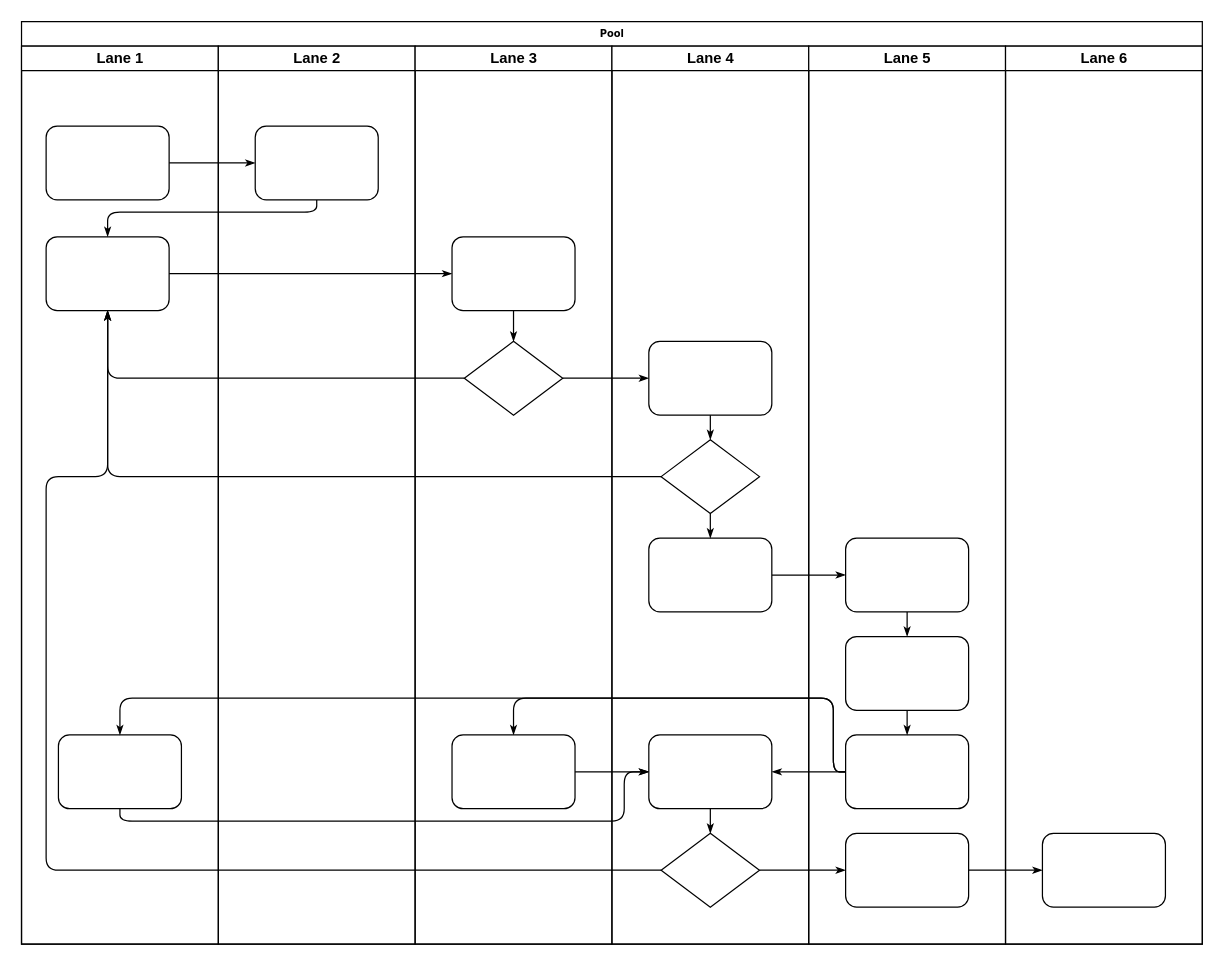
The draw.io diagram 未命名绘图.drawio in catface996/images, before the edit. Source tidied: cells renumbered, new cells numbered last; positions are measured from the earlier drawing's top-left corner, leaving out a move shared by most shapes. Both pictures are drawn from the tidied source at 123%, with x=0, y=0 at pixel (21, 21).
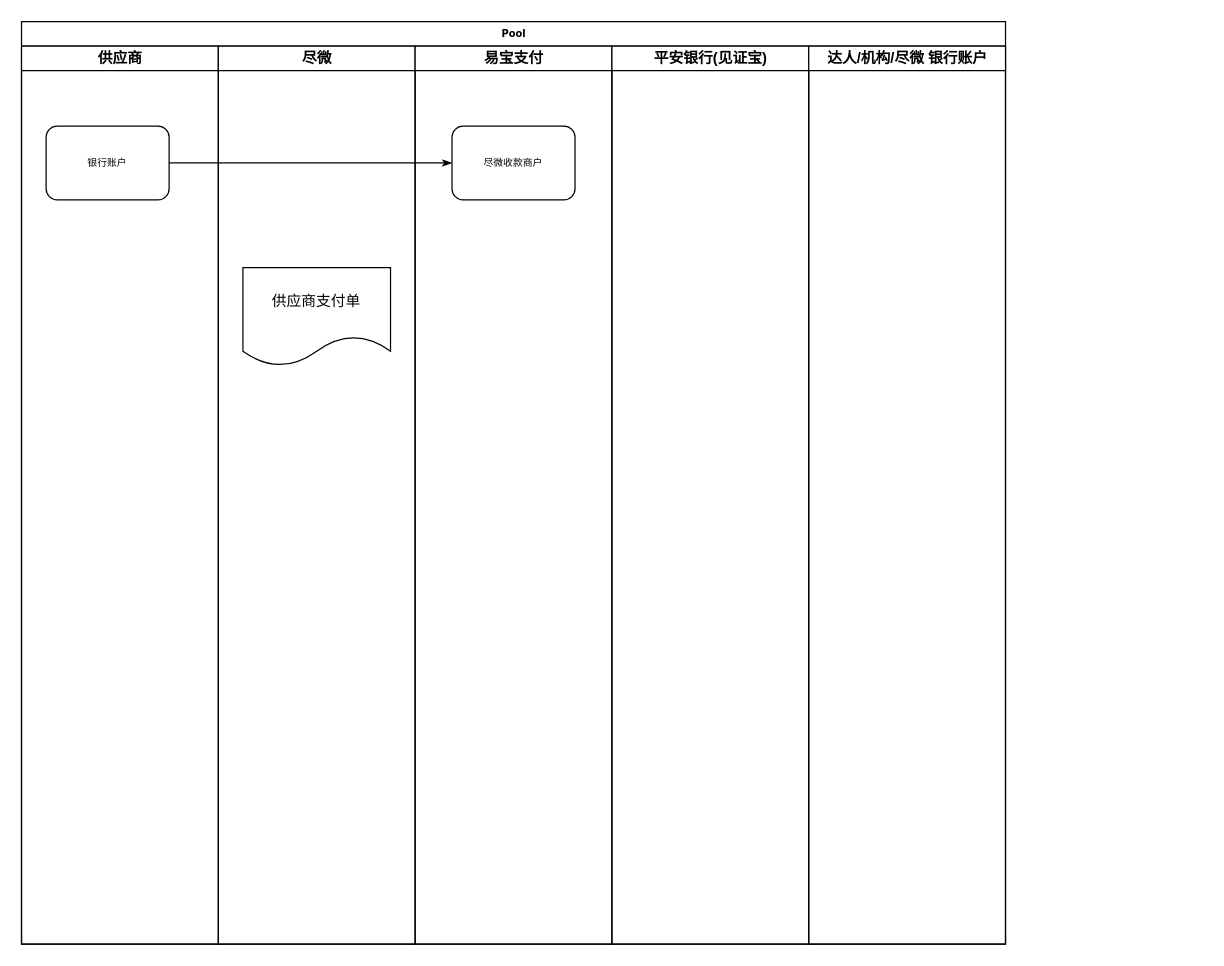
The same diagram, later.

Commit message:
平安银行接入资金流向和账务信息流向.drawio

Change to the diagram source:
```diff
@@
     <mxCell id="2" value="Pool" style="swimlane;html=1;startSize=20;rounded=0;shadow=0;labelBackgroundColor=none;strokeWidth=1;fontFamily=Verdana;fontSize=8;align=center;" parent="1" vertex="1">
-      <mxGeometry width="960" height="750" as="geometry" />
+      <mxGeometry width="800" height="750" as="geometry" />
     </mxCell>
-    <mxCell id="3" value="Lane 1" style="swimlane;html=1;startSize=20;" parent="2" vertex="1">
+    <mxCell id="3" value="供应商" style="swimlane;html=1;startSize=20;" parent="2" vertex="1">
       <mxGeometry y="20" width="160" height="730" as="geometry" />
     </mxCell>
-    <mxCell id="4" style="rounded=1;whiteSpace=wrap;html=1;shadow=0;labelBackgroundColor=none;strokeWidth=1;fontFamily=Verdana;fontSize=8;align=center;" parent="3" vertex="1">
+    <mxCell id="4" value="银行账户" style="rounded=1;whiteSpace=wrap;html=1;shadow=0;labelBackgroundColor=none;strokeWidth=1;fontFamily=Verdana;fontSize=8;align=center;" parent="3" vertex="1">
       <mxGeometry x="20" y="65" width="100" height="60" as="geometry" />
     </mxCell>
-    <mxCell id="5" style="rounded=1;whiteSpace=wrap;html=1;shadow=0;labelBackgroundColor=none;strokeWidth=1;fontFamily=Verdana;fontSize=8;align=center;" parent="3" vertex="1">
-      <mxGeometry x="20" y="155" width="100" height="60" as="geometry" />
-    </mxCell>
-    <mxCell id="6" style="rounded=1;whiteSpace=wrap;html=1;shadow=0;labelBackgroundColor=none;strokeWidth=1;fontFamily=Verdana;fontSize=8;align=center;" parent="3" vertex="1">
-      <mxGeometry x="30" y="560" width="100" height="60" as="geometry" />
-    </mxCell>
@@
-    <mxCell id="8" style="edgeStyle=orthogonalEdgeStyle;rounded=1;html=1;labelBackgroundColor=none;startArrow=none;startFill=0;startSize=5;endArrow=classicThin;endFill=1;endSize=5;jettySize=auto;strokeWidth=1;fontFamily=Verdana;fontSize=8;" parent="2" edge="1" source="23" target="5">
-      <mxGeometry relative="1" as="geometry">
-        <Array as="points">
-          <mxPoint x="240" y="155" />
-          <mxPoint x="70" y="155" />
-        </Array>
-      </mxGeometry>
-    </mxCell>
-    <mxCell id="9" style="edgeStyle=orthogonalEdgeStyle;rounded=1;html=1;labelBackgroundColor=none;startArrow=none;startFill=0;startSize=5;endArrow=classicThin;endFill=1;endSize=5;jettySize=auto;strokeWidth=1;fontFamily=Verdana;fontSize=8;" parent="2" edge="1" source="5" target="25">
-      <mxGeometry relative="1" as="geometry" />
-    </mxCell>
-    <mxCell id="10" style="edgeStyle=orthogonalEdgeStyle;rounded=1;html=1;labelBackgroundColor=none;startArrow=none;startFill=0;startSize=5;endArrow=classicThin;endFill=1;endSize=5;jettySize=auto;strokeWidth=1;fontFamily=Verdana;fontSize=8;" parent="2" edge="1" source="26" target="5">
-      <mxGeometry relative="1" as="geometry" />
-    </mxCell>
-    <mxCell id="11" style="edgeStyle=orthogonalEdgeStyle;rounded=1;html=1;labelBackgroundColor=none;startArrow=none;startFill=0;startSize=5;endArrow=classicThin;endFill=1;endSize=5;jettySize=auto;strokeWidth=1;fontFamily=Verdana;fontSize=8;" parent="2" edge="1" source="31" target="5">
-      <mxGeometry relative="1" as="geometry" />
-    </mxCell>
-    <mxCell id="12" style="edgeStyle=orthogonalEdgeStyle;rounded=1;html=1;labelBackgroundColor=none;startArrow=none;startFill=0;startSize=5;endArrow=classicThin;endFill=1;endSize=5;jettySize=auto;strokeWidth=1;fontFamily=Verdana;fontSize=8;" parent="2" edge="1" source="34" target="5">
-      <mxGeometry relative="1" as="geometry">
-        <Array as="points">
-          <mxPoint x="20" y="690" />
-          <mxPoint x="20" y="370" />
-          <mxPoint x="70" y="370" />
-        </Array>
-      </mxGeometry>
-    </mxCell>
-    <mxCell id="13" style="edgeStyle=orthogonalEdgeStyle;rounded=1;html=1;labelBackgroundColor=none;startArrow=none;startFill=0;startSize=5;endArrow=classicThin;endFill=1;endSize=5;jettySize=auto;strokeWidth=1;fontFamily=Verdana;fontSize=8;" parent="2" edge="1" source="26" target="30">
-      <mxGeometry relative="1" as="geometry" />
-    </mxCell>
-    <mxCell id="14" style="edgeStyle=orthogonalEdgeStyle;rounded=1;html=1;labelBackgroundColor=none;startArrow=none;startFill=0;startSize=5;endArrow=classicThin;endFill=1;endSize=5;jettySize=auto;strokeWidth=1;fontFamily=Verdana;fontSize=8;" parent="2" edge="1" source="34" target="42">
-      <mxGeometry relative="1" as="geometry" />
-    </mxCell>
-    <mxCell id="15" style="edgeStyle=orthogonalEdgeStyle;rounded=1;html=1;labelBackgroundColor=none;startArrow=none;startFill=0;startSize=5;endArrow=classicThin;endFill=1;endSize=5;jettySize=auto;strokeWidth=1;fontFamily=Verdana;fontSize=8;" parent="2" edge="1" source="42" target="46">
-      <mxGeometry relative="1" as="geometry" />
-    </mxCell>
-    <mxCell id="16" style="edgeStyle=orthogonalEdgeStyle;rounded=1;html=1;labelBackgroundColor=none;startArrow=none;startFill=0;startSize=5;endArrow=classicThin;endFill=1;endSize=5;jettySize=auto;strokeWidth=1;fontFamily=Verdana;fontSize=8;" parent="2" edge="1" source="32" target="39">
-      <mxGeometry relative="1" as="geometry" />
-    </mxCell>
-    <mxCell id="17" style="edgeStyle=orthogonalEdgeStyle;rounded=1;html=1;labelBackgroundColor=none;startArrow=none;startFill=0;startSize=5;endArrow=classicThin;endFill=1;endSize=5;jettySize=auto;strokeWidth=1;fontFamily=Verdana;fontSize=8;" parent="2" edge="1" source="41" target="27">
-      <mxGeometry relative="1" as="geometry">
-        <Array as="points">
-          <mxPoint x="660" y="610" />
-          <mxPoint x="660" y="550" />
-          <mxPoint x="400" y="550" />
-        </Array>
-      </mxGeometry>
-    </mxCell>
-    <mxCell id="18" style="edgeStyle=orthogonalEdgeStyle;rounded=1;html=1;labelBackgroundColor=none;startArrow=none;startFill=0;startSize=5;endArrow=classicThin;endFill=1;endSize=5;jettySize=auto;strokeColor=#000000;strokeWidth=1;fontFamily=Verdana;fontSize=8;fontColor=#000000;" parent="2" edge="1" source="41" target="33">
-      <mxGeometry relative="1" as="geometry" />
-    </mxCell>
-    <mxCell id="19" style="edgeStyle=orthogonalEdgeStyle;rounded=1;html=1;labelBackgroundColor=none;startArrow=none;startFill=0;startSize=5;endArrow=classicThin;endFill=1;endSize=5;jettySize=auto;strokeWidth=1;fontFamily=Verdana;fontSize=8;" parent="2" edge="1" source="41" target="6">
-      <mxGeometry relative="1" as="geometry">
-        <Array as="points">
-          <mxPoint x="660" y="610" />
-          <mxPoint x="660" y="550" />
-          <mxPoint x="80" y="550" />
-        </Array>
-      </mxGeometry>
-    </mxCell>
-    <mxCell id="20" style="edgeStyle=orthogonalEdgeStyle;rounded=1;html=1;labelBackgroundColor=none;startArrow=none;startFill=0;startSize=5;endArrow=classicThin;endFill=1;endSize=5;jettySize=auto;strokeWidth=1;fontFamily=Verdana;fontSize=8;" parent="2" edge="1" source="6" target="33">
-      <mxGeometry relative="1" as="geometry">
-        <Array as="points">
-          <mxPoint x="80" y="650" />
-          <mxPoint x="490" y="650" />
-          <mxPoint x="490" y="610" />
-        </Array>
-      </mxGeometry>
-    </mxCell>
-    <mxCell id="21" style="edgeStyle=orthogonalEdgeStyle;rounded=1;html=1;labelBackgroundColor=none;startArrow=none;startFill=0;startSize=5;endArrow=classicThin;endFill=1;endSize=5;jettySize=auto;strokeWidth=1;fontFamily=Verdana;fontSize=8;" parent="2" edge="1" source="27" target="33">
-      <mxGeometry relative="1" as="geometry" />
-    </mxCell>
-    <mxCell id="22" value="Lane 2" style="swimlane;html=1;startSize=20;" parent="2" vertex="1">
+    <mxCell id="22" value="尽微" style="swimlane;html=1;startSize=20;" parent="2" vertex="1">
       <mxGeometry x="160" y="20" width="160" height="730" as="geometry" />
     </mxCell>
+    <mxCell id="47" value="供应商支付单" style="shape=document;whiteSpace=wrap;html=1;boundedLbl=1;" parent="22" vertex="1">
+      <mxGeometry x="20" y="180" width="120" height="80" as="geometry" />
+    </mxCell>
+    <mxCell id="24" value="易宝支付" style="swimlane;html=1;startSize=20;" parent="2" vertex="1">
+      <mxGeometry x="320" y="20" width="160" height="730" as="geometry" />
+    </mxCell>
-    <mxCell id="23" style="rounded=1;whiteSpace=wrap;html=1;shadow=0;labelBackgroundColor=none;strokeWidth=1;fontFamily=Verdana;fontSize=8;align=center;" parent="22" vertex="1">
+    <mxCell id="23" value="尽微收款商户" style="rounded=1;whiteSpace=wrap;html=1;shadow=0;labelBackgroundColor=none;strokeWidth=1;fontFamily=Verdana;fontSize=8;align=center;" parent="24" vertex="1">
       <mxGeometry x="30" y="65" width="100" height="60" as="geometry" />
     </mxCell>
-    <mxCell id="24" value="Lane 3" style="swimlane;html=1;startSize=20;" parent="2" vertex="1">
-      <mxGeometry x="320" y="20" width="160" height="730" as="geometry" />
-    </mxCell>
-    <mxCell id="25" style="rounded=1;whiteSpace=wrap;html=1;shadow=0;labelBackgroundColor=none;strokeWidth=1;fontFamily=Verdana;fontSize=8;align=center;" parent="24" vertex="1">
-      <mxGeometry x="30" y="155" width="100" height="60" as="geometry" />
-    </mxCell>
-    <mxCell id="26" style="rhombus;whiteSpace=wrap;html=1;rounded=0;shadow=0;labelBackgroundColor=none;strokeWidth=1;fontFamily=Verdana;fontSize=8;align=center;" parent="24" vertex="1">
-      <mxGeometry x="40" y="240" width="80" height="60" as="geometry" />
-    </mxCell>
-    <mxCell id="27" style="rounded=1;whiteSpace=wrap;html=1;shadow=0;labelBackgroundColor=none;strokeWidth=1;fontFamily=Verdana;fontSize=8;align=center;" parent="24" vertex="1">
-      <mxGeometry x="30" y="560" width="100" height="60" as="geometry" />
-    </mxCell>
-    <mxCell id="28" style="edgeStyle=orthogonalEdgeStyle;rounded=1;html=1;labelBackgroundColor=none;startArrow=none;startFill=0;startSize=5;endArrow=classicThin;endFill=1;endSize=5;jettySize=auto;strokeWidth=1;fontFamily=Verdana;fontSize=8;" parent="24" edge="1" source="25" target="26">
-      <mxGeometry relative="1" as="geometry" />
-    </mxCell>
-    <mxCell id="29" value="Lane 4" style="swimlane;html=1;startSize=20;" parent="2" vertex="1">
+    <mxCell id="29" value="平安银行(见证宝)" style="swimlane;html=1;startSize=20;" parent="2" vertex="1">
       <mxGeometry x="480" y="20" width="160" height="730" as="geometry" />
     </mxCell>
-    <mxCell id="30" style="rounded=1;whiteSpace=wrap;html=1;shadow=0;labelBackgroundColor=none;strokeWidth=1;fontFamily=Verdana;fontSize=8;align=center;" parent="29" vertex="1">
-      <mxGeometry x="30" y="240" width="100" height="60" as="geometry" />
-    </mxCell>
-    <mxCell id="31" style="rhombus;whiteSpace=wrap;html=1;rounded=0;shadow=0;labelBackgroundColor=none;strokeWidth=1;fontFamily=Verdana;fontSize=8;align=center;" parent="29" vertex="1">
-      <mxGeometry x="40" y="320" width="80" height="60" as="geometry" />
-    </mxCell>
-    <mxCell id="32" style="rounded=1;whiteSpace=wrap;html=1;shadow=0;labelBackgroundColor=none;strokeWidth=1;fontFamily=Verdana;fontSize=8;align=center;" parent="29" vertex="1">
-      <mxGeometry x="30" y="400" width="100" height="60" as="geometry" />
-    </mxCell>
-    <mxCell id="33" style="rounded=1;whiteSpace=wrap;html=1;shadow=0;labelBackgroundColor=none;strokeWidth=1;fontFamily=Verdana;fontSize=8;align=center;" parent="29" vertex="1">
-      <mxGeometry x="30" y="560" width="100" height="60" as="geometry" />
-    </mxCell>
-    <mxCell id="34" style="rhombus;whiteSpace=wrap;html=1;rounded=0;shadow=0;labelBackgroundColor=none;strokeWidth=1;fontFamily=Verdana;fontSize=8;align=center;" parent="29" vertex="1">
-      <mxGeometry x="40" y="640" width="80" height="60" as="geometry" />
-    </mxCell>
-    <mxCell id="35" style="edgeStyle=orthogonalEdgeStyle;rounded=1;html=1;labelBackgroundColor=none;startArrow=none;startFill=0;startSize=5;endArrow=classicThin;endFill=1;endSize=5;jettySize=auto;strokeColor=#000000;strokeWidth=1;fontFamily=Verdana;fontSize=8;fontColor=#000000;" parent="29" edge="1" source="30" target="31">
-      <mxGeometry relative="1" as="geometry" />
-    </mxCell>
-    <mxCell id="36" style="edgeStyle=orthogonalEdgeStyle;rounded=1;html=1;labelBackgroundColor=none;startArrow=none;startFill=0;startSize=5;endArrow=classicThin;endFill=1;endSize=5;jettySize=auto;strokeWidth=1;fontFamily=Verdana;fontSize=8;" parent="29" edge="1" source="31" target="32">
-      <mxGeometry relative="1" as="geometry" />
-    </mxCell>
-    <mxCell id="37" style="edgeStyle=orthogonalEdgeStyle;rounded=1;html=1;labelBackgroundColor=none;startArrow=none;startFill=0;startSize=5;endArrow=classicThin;endFill=1;endSize=5;jettySize=auto;strokeWidth=1;fontFamily=Verdana;fontSize=8;" parent="29" edge="1" source="33" target="34">
-      <mxGeometry relative="1" as="geometry" />
-    </mxCell>
-    <mxCell id="38" value="Lane 5" style="swimlane;html=1;startSize=20;" parent="2" vertex="1">
+    <mxCell id="38" value="达人/机构/尽微 银行账户" style="swimlane;html=1;startSize=20;" parent="2" vertex="1">
       <mxGeometry x="640" y="20" width="160" height="730" as="geometry" />
     </mxCell>
-    <mxCell id="39" style="rounded=1;whiteSpace=wrap;html=1;shadow=0;labelBackgroundColor=none;strokeWidth=1;fontFamily=Verdana;fontSize=8;align=center;" parent="38" vertex="1">
-      <mxGeometry x="30" y="400" width="100" height="60" as="geometry" />
-    </mxCell>
-    <mxCell id="40" style="rounded=1;whiteSpace=wrap;html=1;shadow=0;labelBackgroundColor=none;strokeWidth=1;fontFamily=Verdana;fontSize=8;align=center;" parent="38" vertex="1">
-      <mxGeometry x="30" y="480" width="100" height="60" as="geometry" />
-    </mxCell>
-    <mxCell id="41" style="rounded=1;whiteSpace=wrap;html=1;shadow=0;labelBackgroundColor=none;strokeWidth=1;fontFamily=Verdana;fontSize=8;align=center;" parent="38" vertex="1">
-      <mxGeometry x="30" y="560" width="100" height="60" as="geometry" />
-    </mxCell>
-    <mxCell id="42" style="rounded=1;whiteSpace=wrap;html=1;shadow=0;labelBackgroundColor=none;strokeWidth=1;fontFamily=Verdana;fontSize=8;align=center;" parent="38" vertex="1">
-      <mxGeometry x="30" y="640" width="100" height="60" as="geometry" />
-    </mxCell>
-    <mxCell id="43" style="edgeStyle=orthogonalEdgeStyle;rounded=1;html=1;labelBackgroundColor=none;startArrow=none;startFill=0;startSize=5;endArrow=classicThin;endFill=1;endSize=5;jettySize=auto;strokeWidth=1;fontFamily=Verdana;fontSize=8;" parent="38" edge="1" source="39" target="40">
-      <mxGeometry relative="1" as="geometry" />
-    </mxCell>
-    <mxCell id="44" style="edgeStyle=orthogonalEdgeStyle;rounded=1;html=1;labelBackgroundColor=none;startArrow=none;startFill=0;startSize=5;endArrow=classicThin;endFill=1;endSize=5;jettySize=auto;strokeWidth=1;fontFamily=Verdana;fontSize=8;" parent="38" edge="1" source="40" target="41">
-      <mxGeometry relative="1" as="geometry" />
-    </mxCell>
-    <mxCell id="45" value="Lane 6" style="swimlane;html=1;startSize=20;" parent="2" vertex="1">
-      <mxGeometry x="800" y="20" width="160" height="730" as="geometry" />
-    </mxCell>
-    <mxCell id="46" style="rounded=1;whiteSpace=wrap;html=1;shadow=0;labelBackgroundColor=none;strokeWidth=1;fontFamily=Verdana;fontSize=8;align=center;" parent="45" vertex="1">
-      <mxGeometry x="30" y="640" width="100" height="60" as="geometry" />
-    </mxCell>
```
